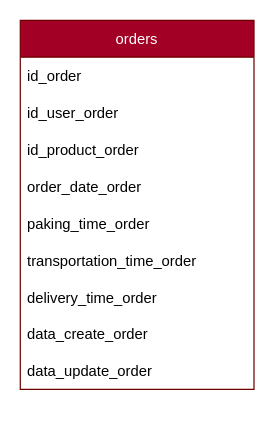
Before: page "orders" (3 of 3) of api/data/tablas.drawio in SRomero21/Deliveries, a draw.io diagram. Source tidied: cells renumbered, new cells numbered last; positions are measured from the earlier drawing's top-left corner, leaving out a move shared by most shapes. Both pictures are drawn from the tidied source at 123%, with x=0, y=0 at pixel (20, 20).
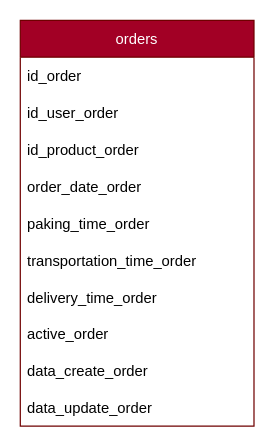
Above is the later version.

What changed in the source:
```diff
@@
 <mxGraphModel>
   <root>
     <mxCell id="0" />
     <mxCell id="1" parent="0" />
     <mxCell id="2" value="orders" style="swimlane;fontStyle=0;horizontal=1;startSize=30;fillColor=#a20025;fontColor=#ffffff;strokeColor=#6F0000;" parent="1" vertex="1">
-      <mxGeometry width="190" height="300" as="geometry" />
+      <mxGeometry width="190" height="330" as="geometry" />
     </mxCell>
     <mxCell id="3" value="id_order" style="text;strokeColor=none;fillColor=none;align=left;verticalAlign=middle;spacingLeft=4;spacingRight=4;overflow=hidden;" parent="2" vertex="1">
       <mxGeometry y="30" width="190" height="30" as="geometry" />
     </mxCell>
     <mxCell id="4" value="id_user_order" style="text;strokeColor=none;fillColor=none;align=left;verticalAlign=middle;spacingLeft=4;spacingRight=4;overflow=hidden;" parent="2" vertex="1">
       <mxGeometry y="60" width="190" height="30" as="geometry" />
     </mxCell>
     <mxCell id="5" value="id_product_order" style="text;strokeColor=none;fillColor=none;align=left;verticalAlign=middle;spacingLeft=4;spacingRight=4;overflow=hidden;" parent="2" vertex="1">
       <mxGeometry y="90" width="190" height="30" as="geometry" />
     </mxCell>
     <mxCell id="6" value="order_date_order" style="text;strokeColor=none;fillColor=none;align=left;verticalAlign=middle;spacingLeft=4;spacingRight=4;overflow=hidden;" parent="2" vertex="1">
       <mxGeometry y="120" width="190" height="30" as="geometry" />
     </mxCell>
     <mxCell id="7" value="paking_time_order" style="text;strokeColor=none;fillColor=none;align=left;verticalAlign=middle;spacingLeft=4;spacingRight=4;overflow=hidden;" parent="2" vertex="1">
       <mxGeometry y="150" width="190" height="30" as="geometry" />
     </mxCell>
     <mxCell id="8" value="transportation_time_order" style="text;strokeColor=none;fillColor=none;align=left;verticalAlign=middle;spacingLeft=4;spacingRight=4;overflow=hidden;" parent="2" vertex="1">
       <mxGeometry y="180" width="190" height="30" as="geometry" />
     </mxCell>
     <mxCell id="9" value="delivery_time_order" style="text;strokeColor=none;fillColor=none;align=left;verticalAlign=middle;spacingLeft=4;spacingRight=4;overflow=hidden;" parent="2" vertex="1">
       <mxGeometry y="210" width="190" height="30" as="geometry" />
     </mxCell>
+    <mxCell id="12" value="active_order" style="text;strokeColor=none;fillColor=none;align=left;verticalAlign=middle;spacingLeft=4;spacingRight=4;overflow=hidden;" parent="2" vertex="1">
+      <mxGeometry y="240" width="190" height="30" as="geometry" />
+    </mxCell>
     <mxCell id="10" value="data_create_order" style="text;strokeColor=none;fillColor=none;align=left;verticalAlign=middle;spacingLeft=4;spacingRight=4;overflow=hidden;" parent="2" vertex="1">
-      <mxGeometry y="240" width="190" height="30" as="geometry" />
+      <mxGeometry y="270" width="190" height="30" as="geometry" />
     </mxCell>
     <mxCell id="11" value="data_update_order" style="text;strokeColor=none;fillColor=none;align=left;verticalAlign=middle;spacingLeft=4;spacingRight=4;overflow=hidden;" parent="2" vertex="1">
-      <mxGeometry y="270" width="190" height="30" as="geometry" />
+      <mxGeometry y="300" width="190" height="30" as="geometry" />
     </mxCell>
   </root>
 </mxGraphModel>
```
